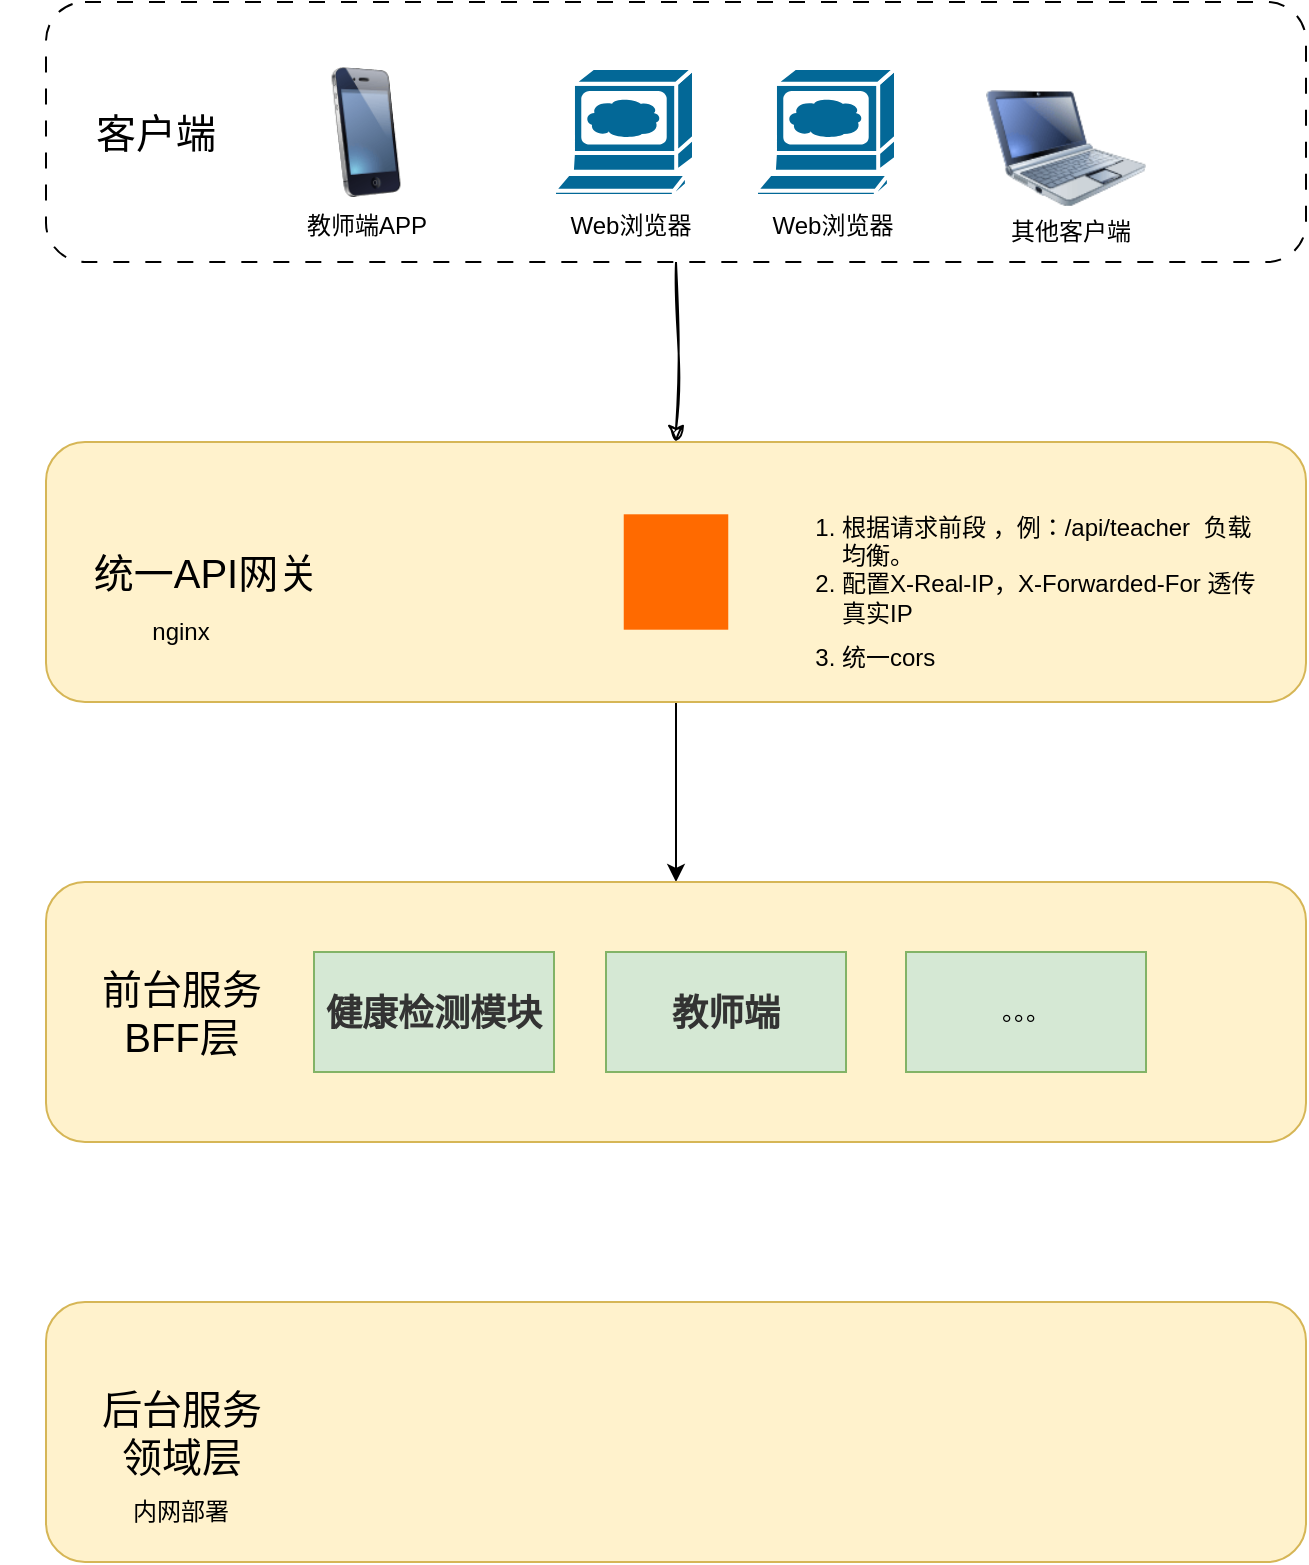
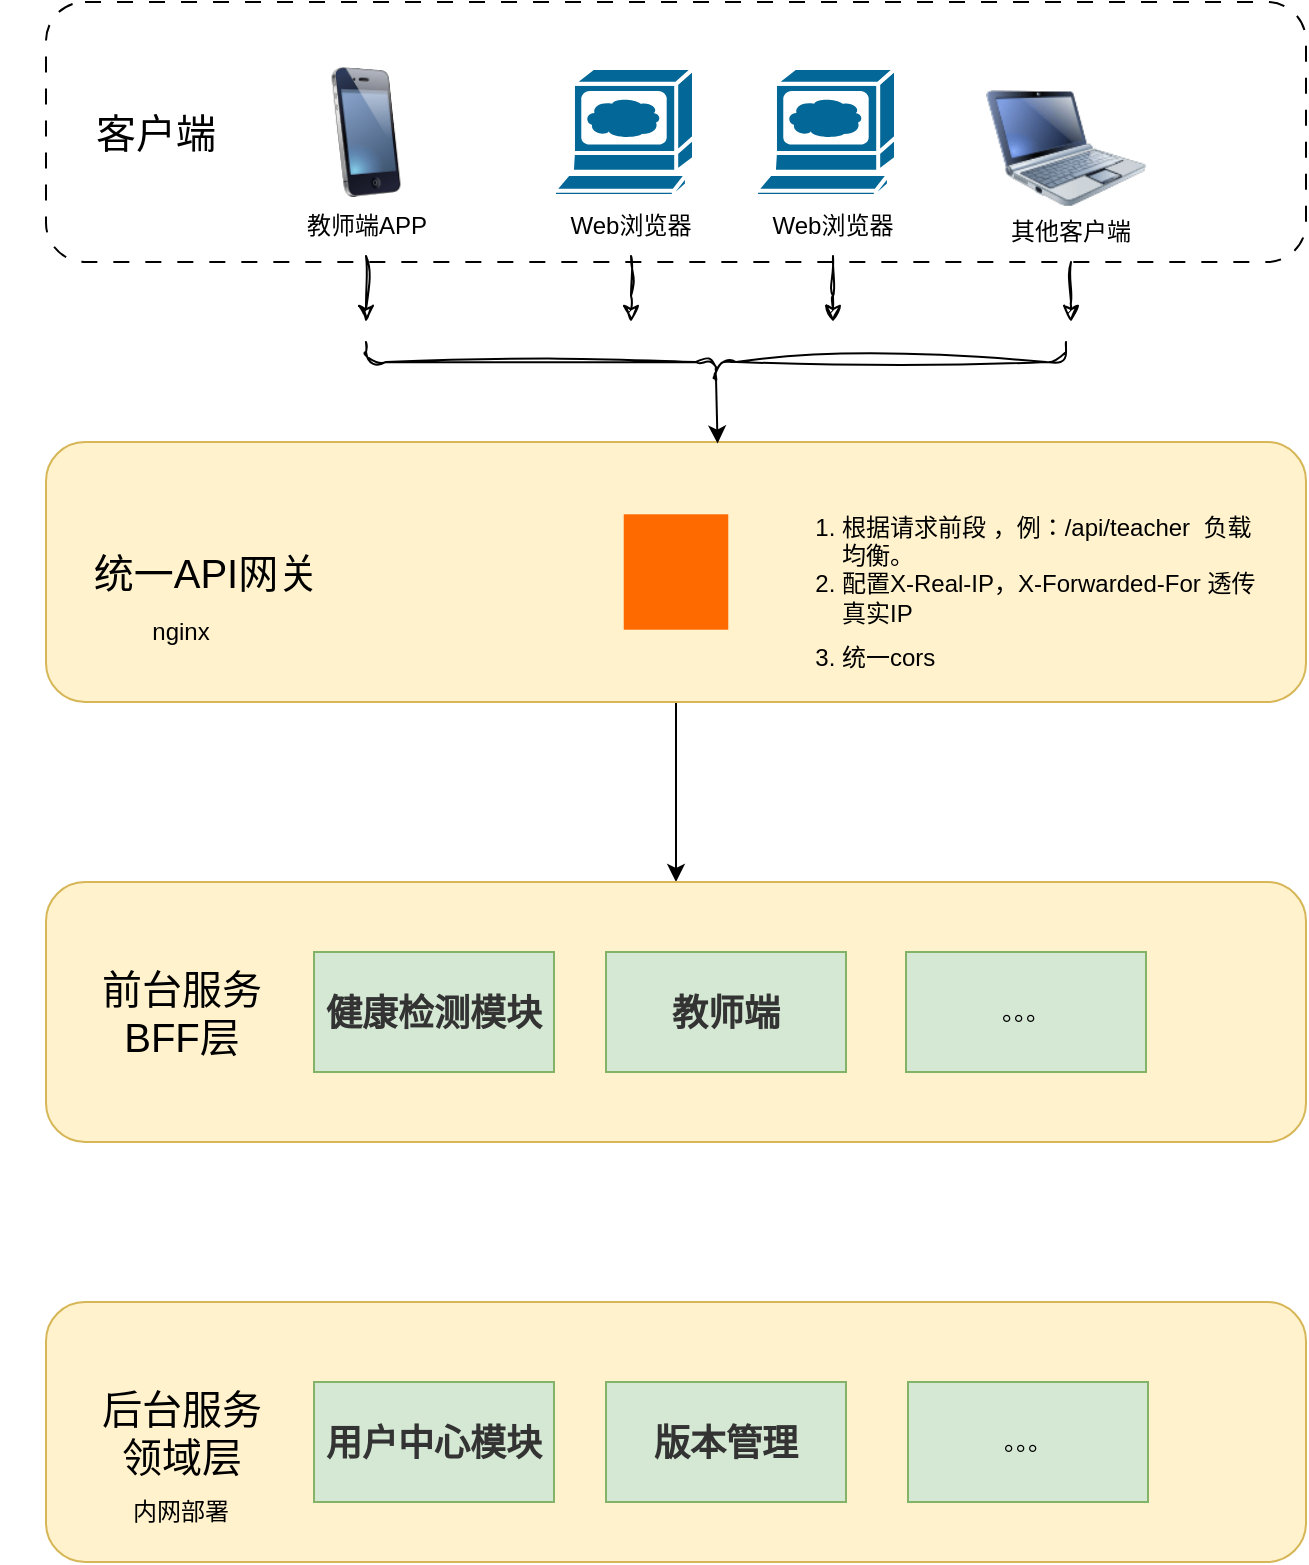
<mxfile host="app.diagrams.net" agent="5.0 (Windows NT 10.0; Win64; x64) AppleWebKit/537.36 (KHTML, like Gecko) Chrome/99.0.4844.51 Safari/537.36">
  <diagram id="piDafpqhtRUU5qUU-vj8" name="Page-1">
-     <mxGraphModel dx="1417" dy="761" grid="1" gridSize="10" guides="1" tooltips="1" connect="1" arrows="1" fold="1" page="1" pageScale="1" pageWidth="827" pageHeight="1169" background="none" math="0" shadow="0">
+     <mxGraphModel dx="1174" dy="630" grid="1" gridSize="10" guides="1" tooltips="1" connect="1" arrows="1" fold="1" page="1" pageScale="1" pageWidth="827" pageHeight="1169" background="none" math="0" shadow="0">
      <root>
        <mxCell id="0" />
        <mxCell id="1" parent="0" />
-         <mxCell id="-MD85wsI__NYyljHFUac-12" edge="1" parent="1" source="5cpTgLDWtTwDe1421ZuN-3" style="edgeStyle=orthogonalEdgeStyle;rounded=0;orthogonalLoop=1;jettySize=auto;html=1;shadow=0;sketch=1;curveFitting=1;jiggle=2;" target="-MD85wsI__NYyljHFUac-11">
-           <mxGeometry relative="1" as="geometry" />
-         </mxCell>
        <mxCell id="5cpTgLDWtTwDe1421ZuN-3" parent="1" style="rounded=1;whiteSpace=wrap;html=1;shadow=0;glass=0;dashed=1;dashPattern=8 8;" value="" vertex="1">
          <mxGeometry height="130" width="630" x="90" y="30" as="geometry" />
        </mxCell>
        <mxCell id="-MD85wsI__NYyljHFUac-2" parent="1" style="text;html=1;whiteSpace=wrap;strokeColor=none;fillColor=none;align=center;verticalAlign=middle;rounded=0;" value="&lt;font style=&quot;font-size: 20px;&quot;&gt;客户端&lt;/font&gt;" vertex="1">
          <mxGeometry height="30" width="70" x="110" y="80" as="geometry" />
        </mxCell>
        <mxCell id="-MD85wsI__NYyljHFUac-3" parent="1" style="sketch=0;html=1;pointerEvents=1;dashed=0;fillColor=#036897;strokeColor=#ffffff;strokeWidth=2;verticalLabelPosition=bottom;verticalAlign=top;align=center;outlineConnect=0;shape=mxgraph.cisco.computers_and_peripherals.web_browser;" value="" vertex="1">
          <mxGeometry height="64" width="70" x="344" y="63" as="geometry" />
        </mxCell>
+         <mxCell id="-MD85wsI__NYyljHFUac-39" edge="1" parent="1" source="-MD85wsI__NYyljHFUac-4" style="edgeStyle=orthogonalEdgeStyle;rounded=0;orthogonalLoop=1;jettySize=auto;html=1;sketch=1;curveFitting=1;jiggle=2;">
+           <mxGeometry relative="1" as="geometry">
+             <mxPoint x="382.5000000000002" y="190.0000000000001" as="targetPoint" />
+           </mxGeometry>
+         </mxCell>
        <mxCell id="-MD85wsI__NYyljHFUac-4" parent="1" style="text;html=1;whiteSpace=wrap;strokeColor=none;fillColor=none;align=center;verticalAlign=middle;rounded=0;" value="Web浏览器" vertex="1">
          <mxGeometry height="30" width="75" x="345" y="127" as="geometry" />
        </mxCell>
        <mxCell id="-MD85wsI__NYyljHFUac-5" parent="1" style="sketch=0;html=1;pointerEvents=1;dashed=0;fillColor=#036897;strokeColor=#ffffff;strokeWidth=2;verticalLabelPosition=bottom;verticalAlign=top;align=center;outlineConnect=0;shape=mxgraph.cisco.computers_and_peripherals.web_browser;" value="" vertex="1">
          <mxGeometry height="64" width="70" x="445" y="63" as="geometry" />
+         </mxCell>
+         <mxCell id="-MD85wsI__NYyljHFUac-35" edge="1" parent="1" source="-MD85wsI__NYyljHFUac-6" style="edgeStyle=orthogonalEdgeStyle;rounded=0;orthogonalLoop=1;jettySize=auto;html=1;sketch=1;curveFitting=1;jiggle=2;">
+           <mxGeometry relative="1" as="geometry">
+             <mxPoint x="483.5" y="190.0000000000001" as="targetPoint" />
+           </mxGeometry>
        </mxCell>
        <mxCell id="-MD85wsI__NYyljHFUac-6" parent="1" style="text;html=1;whiteSpace=wrap;strokeColor=none;fillColor=none;align=center;verticalAlign=middle;rounded=0;" value="Web浏览器" vertex="1">
          <mxGeometry height="30" width="75" x="446" y="127" as="geometry" />
        </mxCell>
        <mxCell id="-MD85wsI__NYyljHFUac-7" parent="1" style="image;html=1;image=img/lib/clip_art/computers/Netbook_128x128.png" value="" vertex="1">
          <mxGeometry height="80" width="80" x="560" y="63" as="geometry" />
        </mxCell>
        <mxCell id="-MD85wsI__NYyljHFUac-8" parent="1" style="image;html=1;image=img/lib/clip_art/telecommunication/iPhone_128x128.png" value="" vertex="1">
          <mxGeometry height="65" width="80" x="210" y="62.5" as="geometry" />
        </mxCell>
+         <mxCell id="-MD85wsI__NYyljHFUac-34" edge="1" parent="1" source="-MD85wsI__NYyljHFUac-9" style="edgeStyle=orthogonalEdgeStyle;rounded=0;orthogonalLoop=1;jettySize=auto;html=1;exitX=0.5;exitY=1;exitDx=0;exitDy=0;sketch=1;curveFitting=1;jiggle=2;">
+           <mxGeometry relative="1" as="geometry">
+             <mxPoint x="250" y="190" as="targetPoint" />
+           </mxGeometry>
+         </mxCell>
        <mxCell id="-MD85wsI__NYyljHFUac-9" parent="1" style="text;html=1;whiteSpace=wrap;strokeColor=none;fillColor=none;align=center;verticalAlign=middle;rounded=0;" value="教师端APP" vertex="1">
          <mxGeometry height="30" width="75" x="212.5" y="127" as="geometry" />
+         </mxCell>
+         <mxCell id="-MD85wsI__NYyljHFUac-36" edge="1" parent="1" source="-MD85wsI__NYyljHFUac-10" style="edgeStyle=orthogonalEdgeStyle;rounded=0;orthogonalLoop=1;jettySize=auto;html=1;sketch=1;curveFitting=1;jiggle=2;">
+           <mxGeometry relative="1" as="geometry">
+             <mxPoint x="602.5000000000002" y="190.0000000000001" as="targetPoint" />
+           </mxGeometry>
        </mxCell>
        <mxCell id="-MD85wsI__NYyljHFUac-10" parent="1" style="text;html=1;whiteSpace=wrap;strokeColor=none;fillColor=none;align=center;verticalAlign=middle;rounded=0;" value="其他客户端" vertex="1">
          <mxGeometry height="30" width="75" x="565" y="130" as="geometry" />
        </mxCell>
        <mxCell id="-MD85wsI__NYyljHFUac-23" edge="1" parent="1" source="-MD85wsI__NYyljHFUac-11" style="edgeStyle=orthogonalEdgeStyle;rounded=0;orthogonalLoop=1;jettySize=auto;html=1;exitX=0.5;exitY=1;exitDx=0;exitDy=0;entryX=0.5;entryY=0;entryDx=0;entryDy=0;" target="-MD85wsI__NYyljHFUac-22">
          <mxGeometry relative="1" as="geometry" />
        </mxCell>
        <mxCell id="-MD85wsI__NYyljHFUac-11" parent="1" style="rounded=1;whiteSpace=wrap;html=1;shadow=0;glass=0;fillColor=#fff2cc;strokeColor=#d6b656;" value="" vertex="1">
          <mxGeometry height="130" width="630" x="90" y="250" as="geometry" />
        </mxCell>
        <mxCell id="-MD85wsI__NYyljHFUac-13" parent="1" style="text;html=1;whiteSpace=wrap;strokeColor=none;fillColor=none;align=center;verticalAlign=middle;rounded=0;" value="&lt;span style=&quot;font-size: 20px;&quot;&gt;统一API网关&lt;/span&gt;" vertex="1">
          <mxGeometry height="30" width="180" x="80" y="300" as="geometry" />
        </mxCell>
        <mxCell id="-MD85wsI__NYyljHFUac-14" parent="1" style="text;html=1;whiteSpace=wrap;strokeColor=none;fillColor=none;align=center;verticalAlign=middle;rounded=0;" value="nginx" vertex="1">
          <mxGeometry height="30" width="75" x="120" y="330" as="geometry" />
        </mxCell>
        <mxCell id="-MD85wsI__NYyljHFUac-20" parent="1" style="points=[];aspect=fixed;html=1;align=center;shadow=0;dashed=0;fillColor=#FF6A00;strokeColor=none;shape=mxgraph.alibaba_cloud.ehpc_elastic_high_performance_computing;" value="" vertex="1">
          <mxGeometry height="57.7" width="52.26" x="378.87" y="286.15" as="geometry" />
        </mxCell>
        <mxCell id="-MD85wsI__NYyljHFUac-21" parent="1" style="text;html=1;whiteSpace=wrap;strokeColor=none;fillColor=none;align=left;verticalAlign=middle;rounded=0;" value="&lt;ol&gt;&lt;li&gt;&lt;span style=&quot;background-color: transparent; color: light-dark(rgb(0, 0, 0), rgb(255, 255, 255));&quot;&gt;根据请求前段 ，例：/api/teacher&amp;nbsp; 负载均衡。&lt;/span&gt;&lt;/li&gt;&lt;li class=&quot;md-list-item md-focus-container&quot; style=&quot;box-sizing: border-box; margin: 0px; position: relative;&quot;&gt;&lt;p class=&quot;md-end-block md-p md-focus&quot; style=&quot;box-sizing: border-box; line-height: inherit; orphans: 4; margin: 0px 0px 0.5rem; white-space: pre-wrap; position: relative;&quot;&gt;&lt;span class=&quot;md-plain md-expand&quot; style=&quot;box-sizing: border-box;&quot;&gt;配置X-Real-IP，X-Forwarded-For 透传真实IP&lt;/span&gt;&lt;/p&gt;&lt;/li&gt;&lt;li class=&quot;md-list-item md-focus-container&quot; style=&quot;box-sizing: border-box; margin: 0px; position: relative;&quot;&gt;&lt;p class=&quot;md-end-block md-p md-focus&quot; style=&quot;box-sizing: border-box; line-height: inherit; orphans: 4; margin: 0px 0px 0.5rem; white-space: pre-wrap; position: relative;&quot;&gt;统一cors&lt;/p&gt;&lt;/li&gt;&lt;/ol&gt;" vertex="1">
          <mxGeometry height="90" width="254" x="446" y="280" as="geometry" />
        </mxCell>
        <mxCell id="-MD85wsI__NYyljHFUac-22" parent="1" style="rounded=1;whiteSpace=wrap;html=1;shadow=0;glass=0;fillColor=#fff2cc;strokeColor=#d6b656;" value="" vertex="1">
          <mxGeometry height="130" width="630" x="90" y="470" as="geometry" />
        </mxCell>
        <mxCell id="-MD85wsI__NYyljHFUac-24" parent="1" style="text;html=1;whiteSpace=wrap;strokeColor=none;fillColor=none;align=center;verticalAlign=middle;rounded=0;" value="&lt;span style=&quot;font-size: 20px;&quot;&gt;前台服务&lt;/span&gt;&lt;div&gt;&lt;span style=&quot;font-size: 20px;&quot;&gt;BFF层&lt;/span&gt;&lt;/div&gt;" vertex="1">
          <mxGeometry height="60" width="180" x="67.5" y="505" as="geometry" />
        </mxCell>
        <mxCell id="-MD85wsI__NYyljHFUac-25" parent="1" style="rounded=0;whiteSpace=wrap;html=1;fillColor=#d5e8d4;strokeColor=#82b366;" value="&lt;h3 class=&quot;md-end-block md-heading&quot; style=&quot;box-sizing: border-box; break-after: avoid-page; break-inside: avoid; orphans: 4; font-size: 1.5em; margin-top: 1rem; margin-bottom: 1rem; position: relative; line-height: 1.43; cursor: text; white-space: pre-wrap; color: rgb(51, 51, 51); font-family: &amp;quot;Open Sans&amp;quot;, &amp;quot;Clear Sans&amp;quot;, &amp;quot;Helvetica Neue&amp;quot;, Helvetica, Arial, &amp;quot;Segoe UI Emoji&amp;quot;, sans-serif; text-align: start;&quot;&gt;&lt;span class=&quot;md-plain&quot; style=&quot;box-sizing: border-box;&quot;&gt;健康检测模块&lt;/span&gt;&lt;/h3&gt;" vertex="1">
          <mxGeometry height="60" width="120" x="224" y="505" as="geometry" />
        </mxCell>
        <mxCell id="-MD85wsI__NYyljHFUac-26" parent="1" style="rounded=0;whiteSpace=wrap;html=1;fillColor=#d5e8d4;strokeColor=#82b366;" value="&lt;h3 class=&quot;md-end-block md-heading&quot; style=&quot;box-sizing: border-box; break-after: avoid-page; break-inside: avoid; orphans: 4; font-size: 1.5em; margin-top: 1rem; margin-bottom: 1rem; position: relative; line-height: 1.43; cursor: text; white-space: pre-wrap; outline: 0px; box-shadow: none; color: rgb(51, 51, 51); font-family: &amp;quot;Open Sans&amp;quot;, &amp;quot;Clear Sans&amp;quot;, &amp;quot;Helvetica Neue&amp;quot;, Helvetica, Arial, &amp;quot;Segoe UI Emoji&amp;quot;, sans-serif; text-align: start;&quot;&gt;&lt;span class=&quot;md-plain&quot; style=&quot;box-sizing: border-box;&quot;&gt;教师端&lt;/span&gt;&lt;/h3&gt;" vertex="1">
          <mxGeometry height="60" width="120" x="370" y="505" as="geometry" />
        </mxCell>
        <mxCell id="-MD85wsI__NYyljHFUac-27" parent="1" style="rounded=0;whiteSpace=wrap;html=1;fillColor=#d5e8d4;strokeColor=#82b366;" value="。。。" vertex="1">
          <mxGeometry height="60" width="120" x="520" y="505" as="geometry" />
        </mxCell>
        <mxCell id="-MD85wsI__NYyljHFUac-28" parent="1" style="rounded=1;whiteSpace=wrap;html=1;shadow=0;glass=0;fillColor=#fff2cc;strokeColor=#d6b656;" value="" vertex="1">
          <mxGeometry height="130" width="630" x="90" y="680" as="geometry" />
        </mxCell>
        <mxCell id="-MD85wsI__NYyljHFUac-29" parent="1" style="text;html=1;whiteSpace=wrap;strokeColor=none;fillColor=none;align=center;verticalAlign=middle;rounded=0;" value="&lt;span style=&quot;font-size: 20px;&quot;&gt;后台服务&lt;/span&gt;&lt;div&gt;&lt;span style=&quot;font-size: 20px;&quot;&gt;领域层&lt;/span&gt;&lt;/div&gt;" vertex="1">
          <mxGeometry height="60" width="180" x="67.5" y="715" as="geometry" />
        </mxCell>
        <mxCell id="-MD85wsI__NYyljHFUac-30" parent="1" style="text;html=1;whiteSpace=wrap;strokeColor=none;fillColor=none;align=center;verticalAlign=middle;rounded=0;" value="内网部署" vertex="1">
          <mxGeometry height="30" width="75" x="120" y="770" as="geometry" />
        </mxCell>
+         <mxCell id="-MD85wsI__NYyljHFUac-31" parent="1" style="rounded=0;whiteSpace=wrap;html=1;fillColor=#d5e8d4;strokeColor=#82b366;" value="&lt;h3 class=&quot;md-end-block md-heading&quot; style=&quot;box-sizing: border-box; break-after: avoid-page; break-inside: avoid; orphans: 4; font-size: 1.5em; margin-top: 1rem; margin-bottom: 1rem; position: relative; line-height: 1.43; cursor: text; white-space: pre-wrap; color: rgb(51, 51, 51); font-family: &amp;quot;Open Sans&amp;quot;, &amp;quot;Clear Sans&amp;quot;, &amp;quot;Helvetica Neue&amp;quot;, Helvetica, Arial, &amp;quot;Segoe UI Emoji&amp;quot;, sans-serif; text-align: start;&quot;&gt;&lt;span class=&quot;md-plain&quot; style=&quot;box-sizing: border-box;&quot;&gt;用户中心模块&lt;/span&gt;&lt;/h3&gt;" vertex="1">
+           <mxGeometry height="60" width="120" x="224" y="720" as="geometry" />
+         </mxCell>
+         <mxCell id="-MD85wsI__NYyljHFUac-32" parent="1" style="rounded=0;whiteSpace=wrap;html=1;fillColor=#d5e8d4;strokeColor=#82b366;" value="&lt;h3 class=&quot;md-end-block md-heading&quot; style=&quot;box-sizing: border-box; break-after: avoid-page; break-inside: avoid; orphans: 4; font-size: 1.5em; margin-top: 1rem; margin-bottom: 1rem; position: relative; line-height: 1.43; cursor: text; white-space: pre-wrap; color: rgb(51, 51, 51); font-family: &amp;quot;Open Sans&amp;quot;, &amp;quot;Clear Sans&amp;quot;, &amp;quot;Helvetica Neue&amp;quot;, Helvetica, Arial, &amp;quot;Segoe UI Emoji&amp;quot;, sans-serif; text-align: start;&quot;&gt;版本管理&lt;/h3&gt;" vertex="1">
+           <mxGeometry height="60" width="120" x="370" y="720" as="geometry" />
+         </mxCell>
+         <mxCell id="-MD85wsI__NYyljHFUac-33" parent="1" style="rounded=0;whiteSpace=wrap;html=1;fillColor=#d5e8d4;strokeColor=#82b366;" value="。。。" vertex="1">
+           <mxGeometry height="60" width="120" x="521" y="720" as="geometry" />
+         </mxCell>
+         <mxCell id="-MD85wsI__NYyljHFUac-37" parent="1" style="shape=curlyBracket;whiteSpace=wrap;html=1;rounded=1;flipH=1;labelPosition=right;verticalLabelPosition=middle;align=left;verticalAlign=middle;legacyAnchorPoints=0;rotation=90;sketch=1;curveFitting=1;jiggle=2;" value="" vertex="1">
+           <mxGeometry height="350" width="20" x="415" y="35" as="geometry" />
+         </mxCell>
+         <mxCell id="-MD85wsI__NYyljHFUac-40" edge="1" parent="1" source="-MD85wsI__NYyljHFUac-37" style="edgeStyle=orthogonalEdgeStyle;rounded=0;orthogonalLoop=1;jettySize=auto;html=1;exitX=0.1;exitY=0.5;exitDx=0;exitDy=0;exitPerimeter=0;entryX=0.533;entryY=0.006;entryDx=0;entryDy=0;entryPerimeter=0;" target="-MD85wsI__NYyljHFUac-11">
+           <mxGeometry relative="1" as="geometry" />
+         </mxCell>
      </root>
    </mxGraphModel>
  </diagram>
</mxfile>
